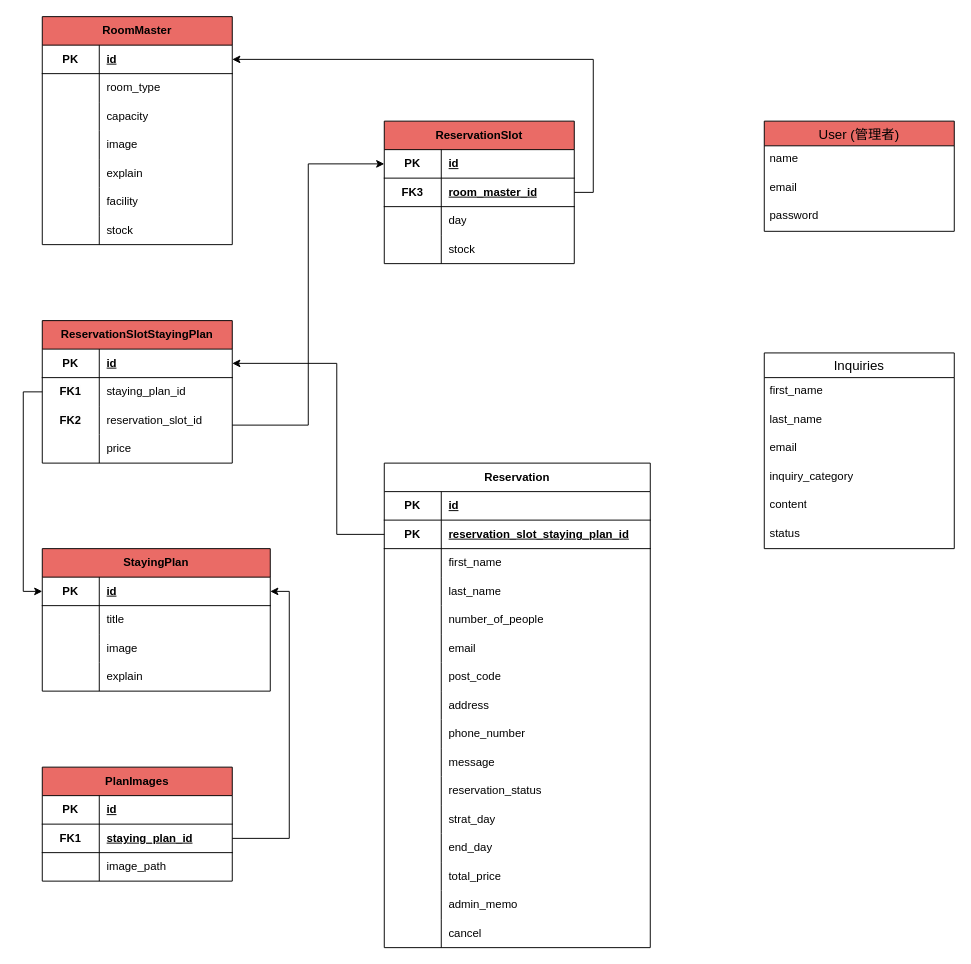
Earlier version of the draw.io diagram ER図.drawio (your-school/reserve). Source tidied: cells renumbered, new cells numbered last; positions are measured from the earlier drawing's top-left corner, leaving out a move shared by most shapes. Both pictures are drawn from the tidied source at 95%, with x=0, y=0 at pixel (42, 16).
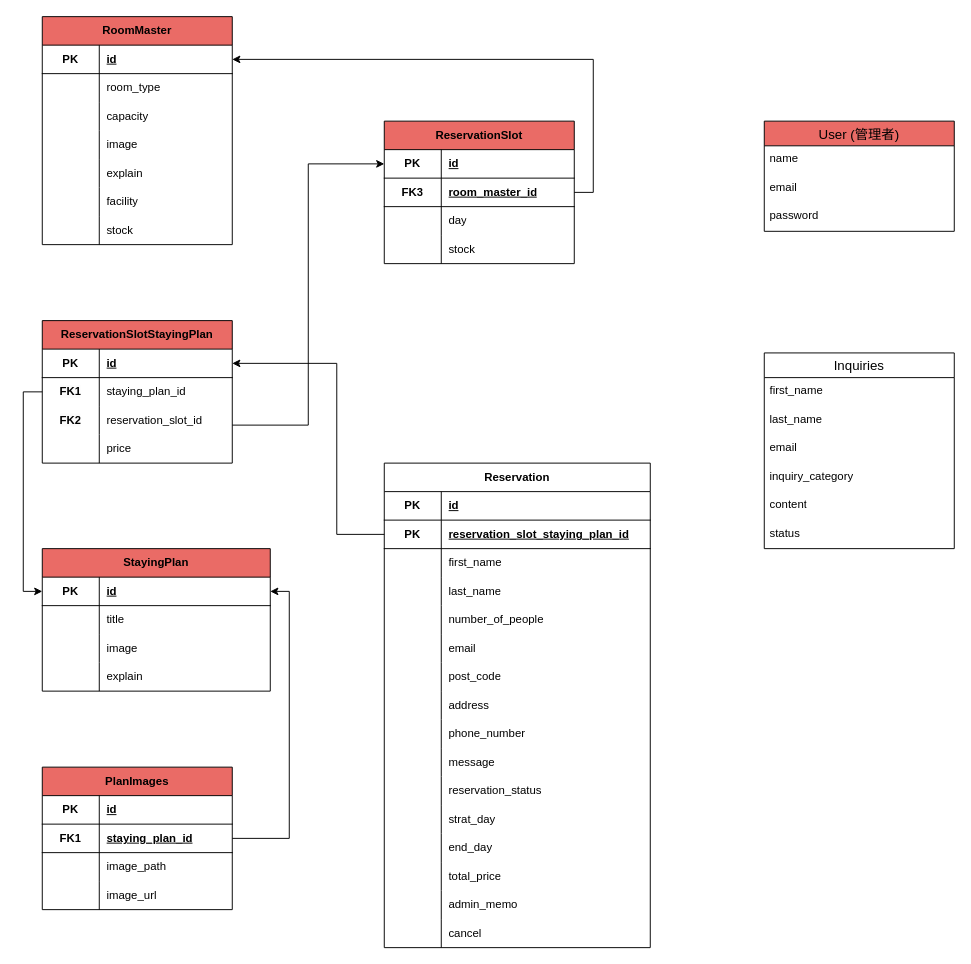
Above is the later version.

Commit message:
ER図.drawio を更新します

Diff of the diagram source:
```diff
@@
     <mxCell id="119" value="PlanImages" style="shape=table;startSize=30;childLayout=tableLayout;rowLines=0;fontStyle=1;align=center;html=1;whiteSpace=wrap;fillColor=#EA6B66;" parent="1" vertex="1">
-      <mxGeometry y="790" width="200" height="120" as="geometry" />
+      <mxGeometry y="790" width="200" height="150" as="geometry" />
     </mxCell>
@@
+    <mxCell id="138" style="shape=tableRow;horizontal=0;startSize=0;swimlaneHead=0;swimlaneBody=0;fillColor=none;top=0;left=0;right=0;bottom=0;html=1;" parent="119" vertex="1">
+      <mxGeometry y="90" width="200" height="30" as="geometry" />
+    </mxCell>
+    <mxCell id="139" style="shape=partialRectangle;fillColor=none;top=0;left=0;bottom=0;right=0;overflow=hidden;html=1;whiteSpace=wrap;" parent="138" vertex="1">
+      <mxGeometry width="60" height="30" as="geometry" />
+    </mxCell>
+    <mxCell id="140" value="image_path" style="shape=partialRectangle;fillColor=none;top=0;left=0;bottom=0;right=0;align=left;spacingLeft=6;overflow=hidden;html=1;whiteSpace=wrap;" parent="138" vertex="1">
+      <mxGeometry x="60" width="140" height="30" as="geometry" />
+    </mxCell>
     <mxCell id="126" style="shape=tableRow;horizontal=0;startSize=0;swimlaneHead=0;swimlaneBody=0;fillColor=none;top=0;left=0;right=0;bottom=0;html=1;" parent="119" vertex="1">
-      <mxGeometry y="90" width="200" height="30" as="geometry" />
+      <mxGeometry y="120" width="200" height="30" as="geometry" />
     </mxCell>
@@
-    <mxCell id="128" value="image_path" style="shape=partialRectangle;fillColor=none;top=0;left=0;bottom=0;right=0;align=left;spacingLeft=6;overflow=hidden;html=1;whiteSpace=wrap;" parent="126" vertex="1">
+    <mxCell id="128" value="image_url" style="shape=partialRectangle;fillColor=none;top=0;left=0;bottom=0;right=0;align=left;spacingLeft=6;overflow=hidden;html=1;whiteSpace=wrap;" parent="126" vertex="1">
       <mxGeometry x="60" width="140" height="30" as="geometry" />
     </mxCell>
```
